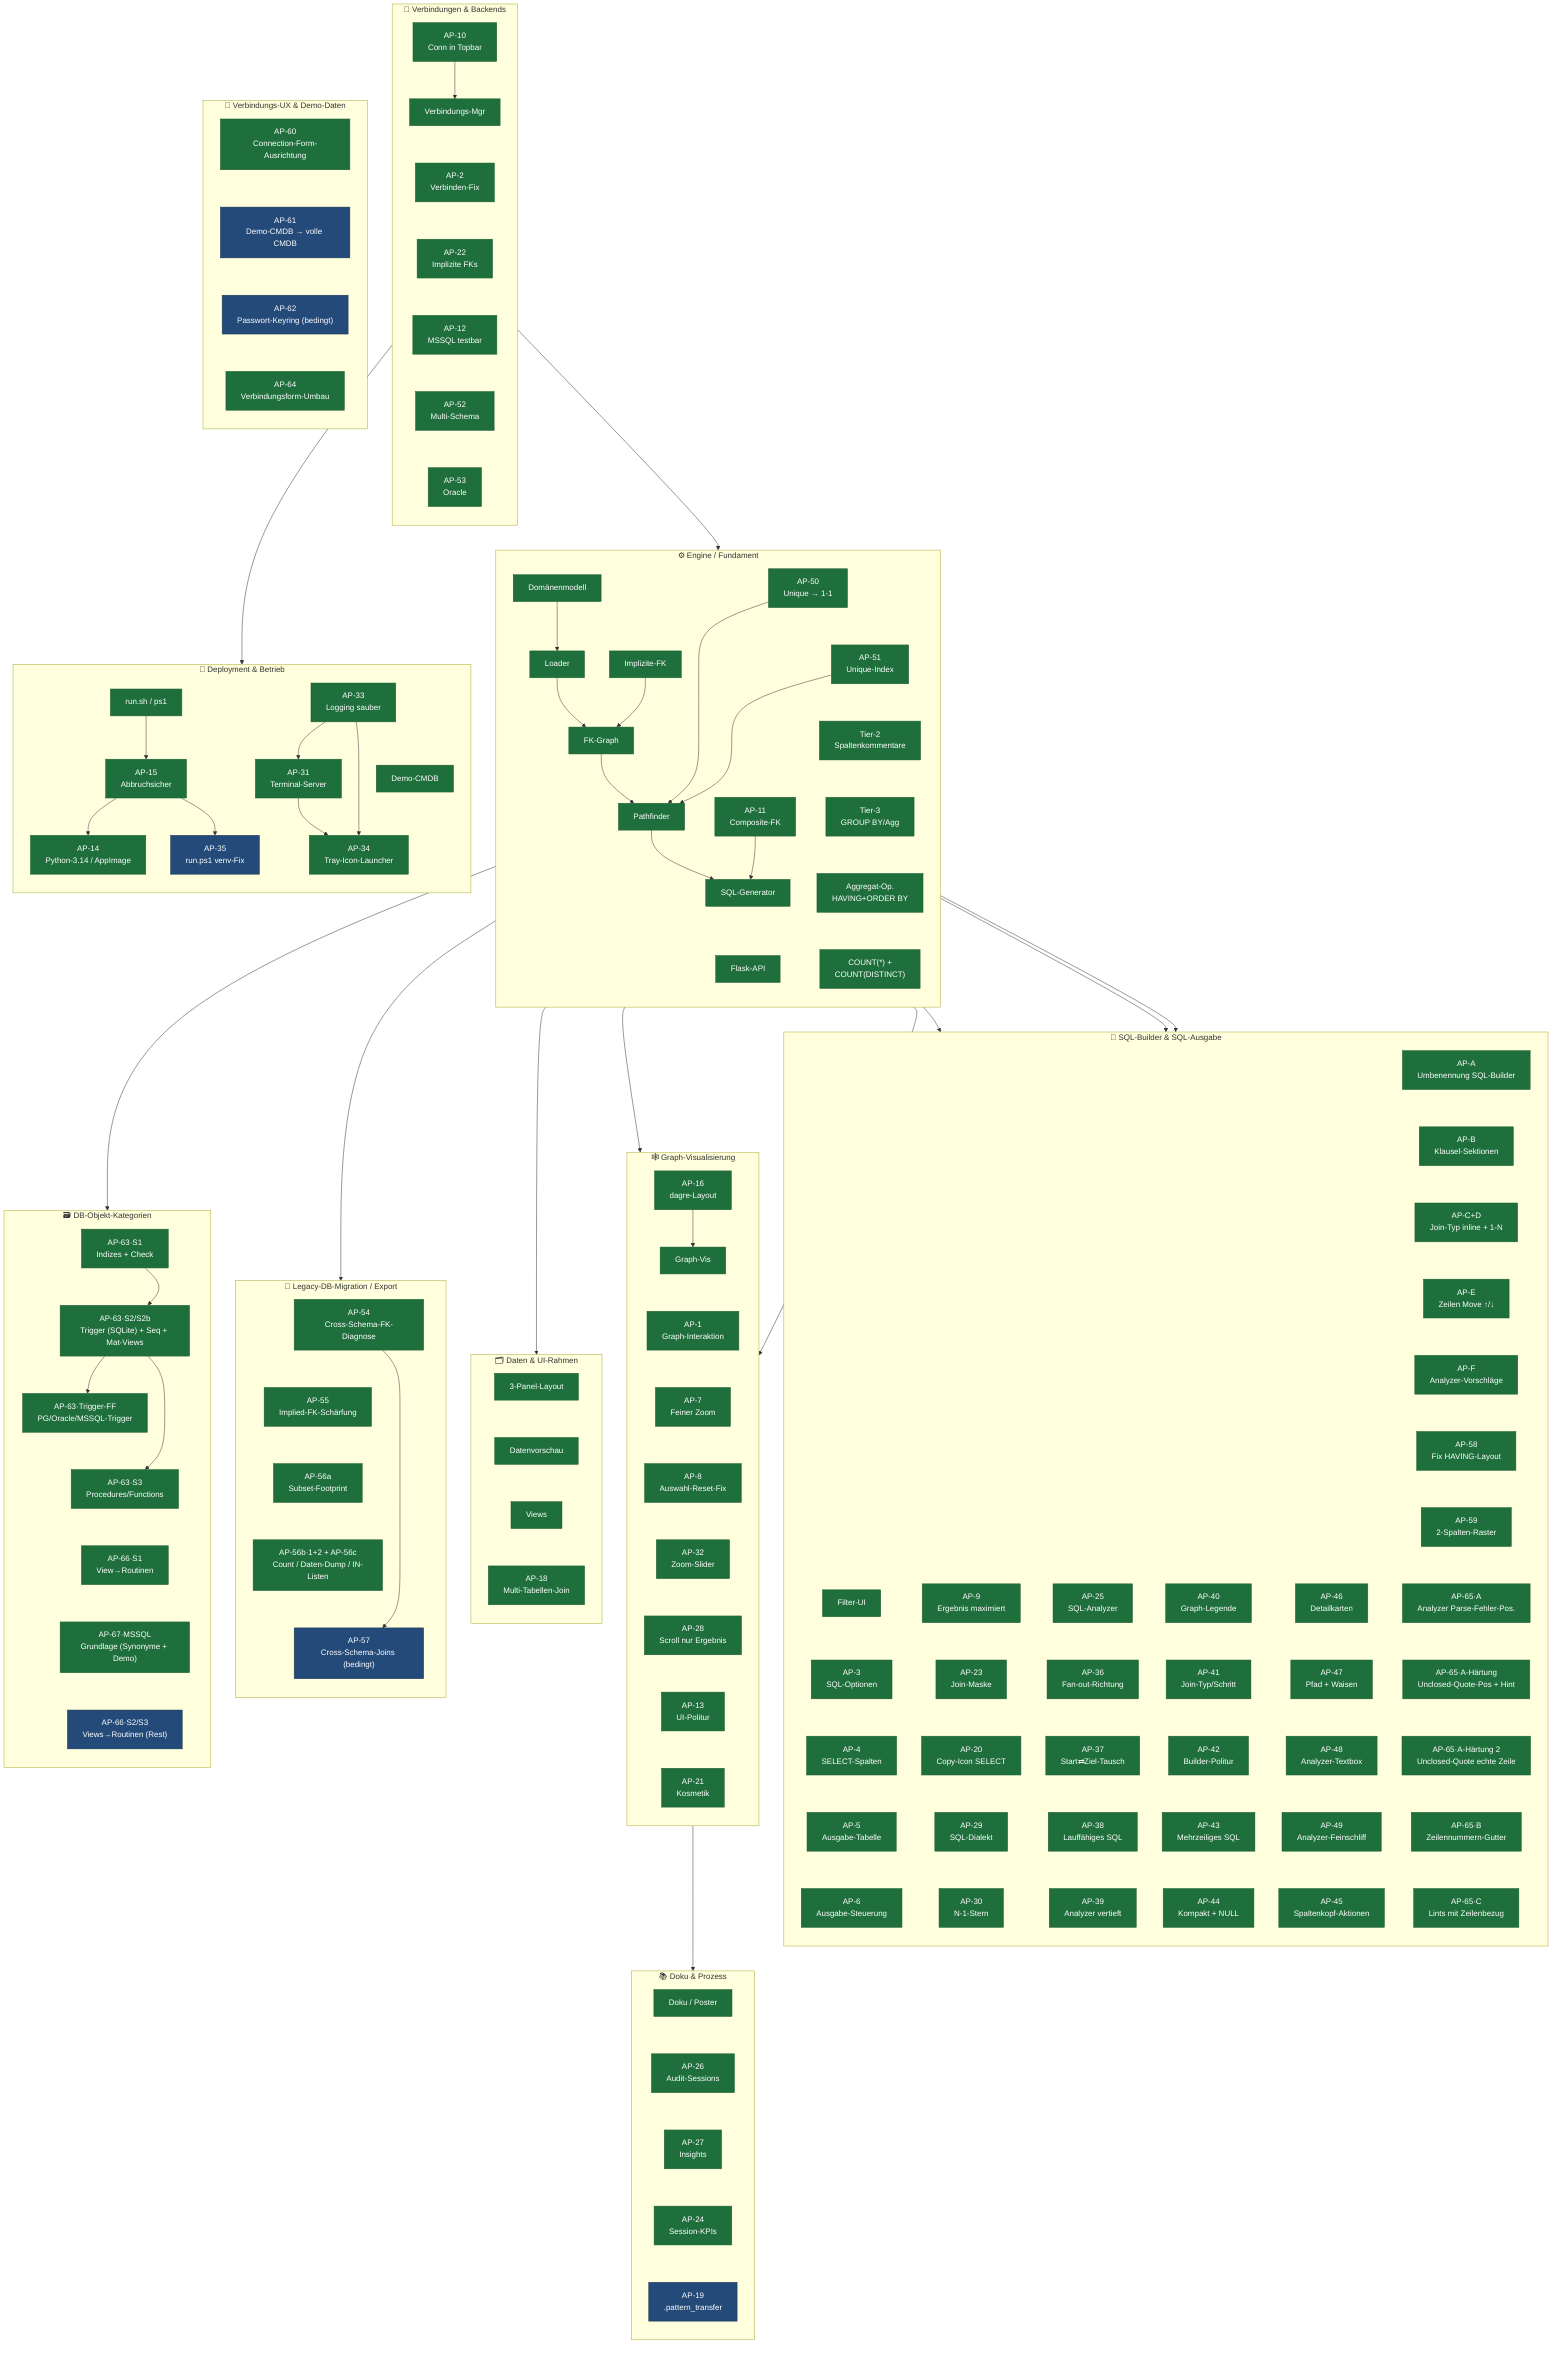
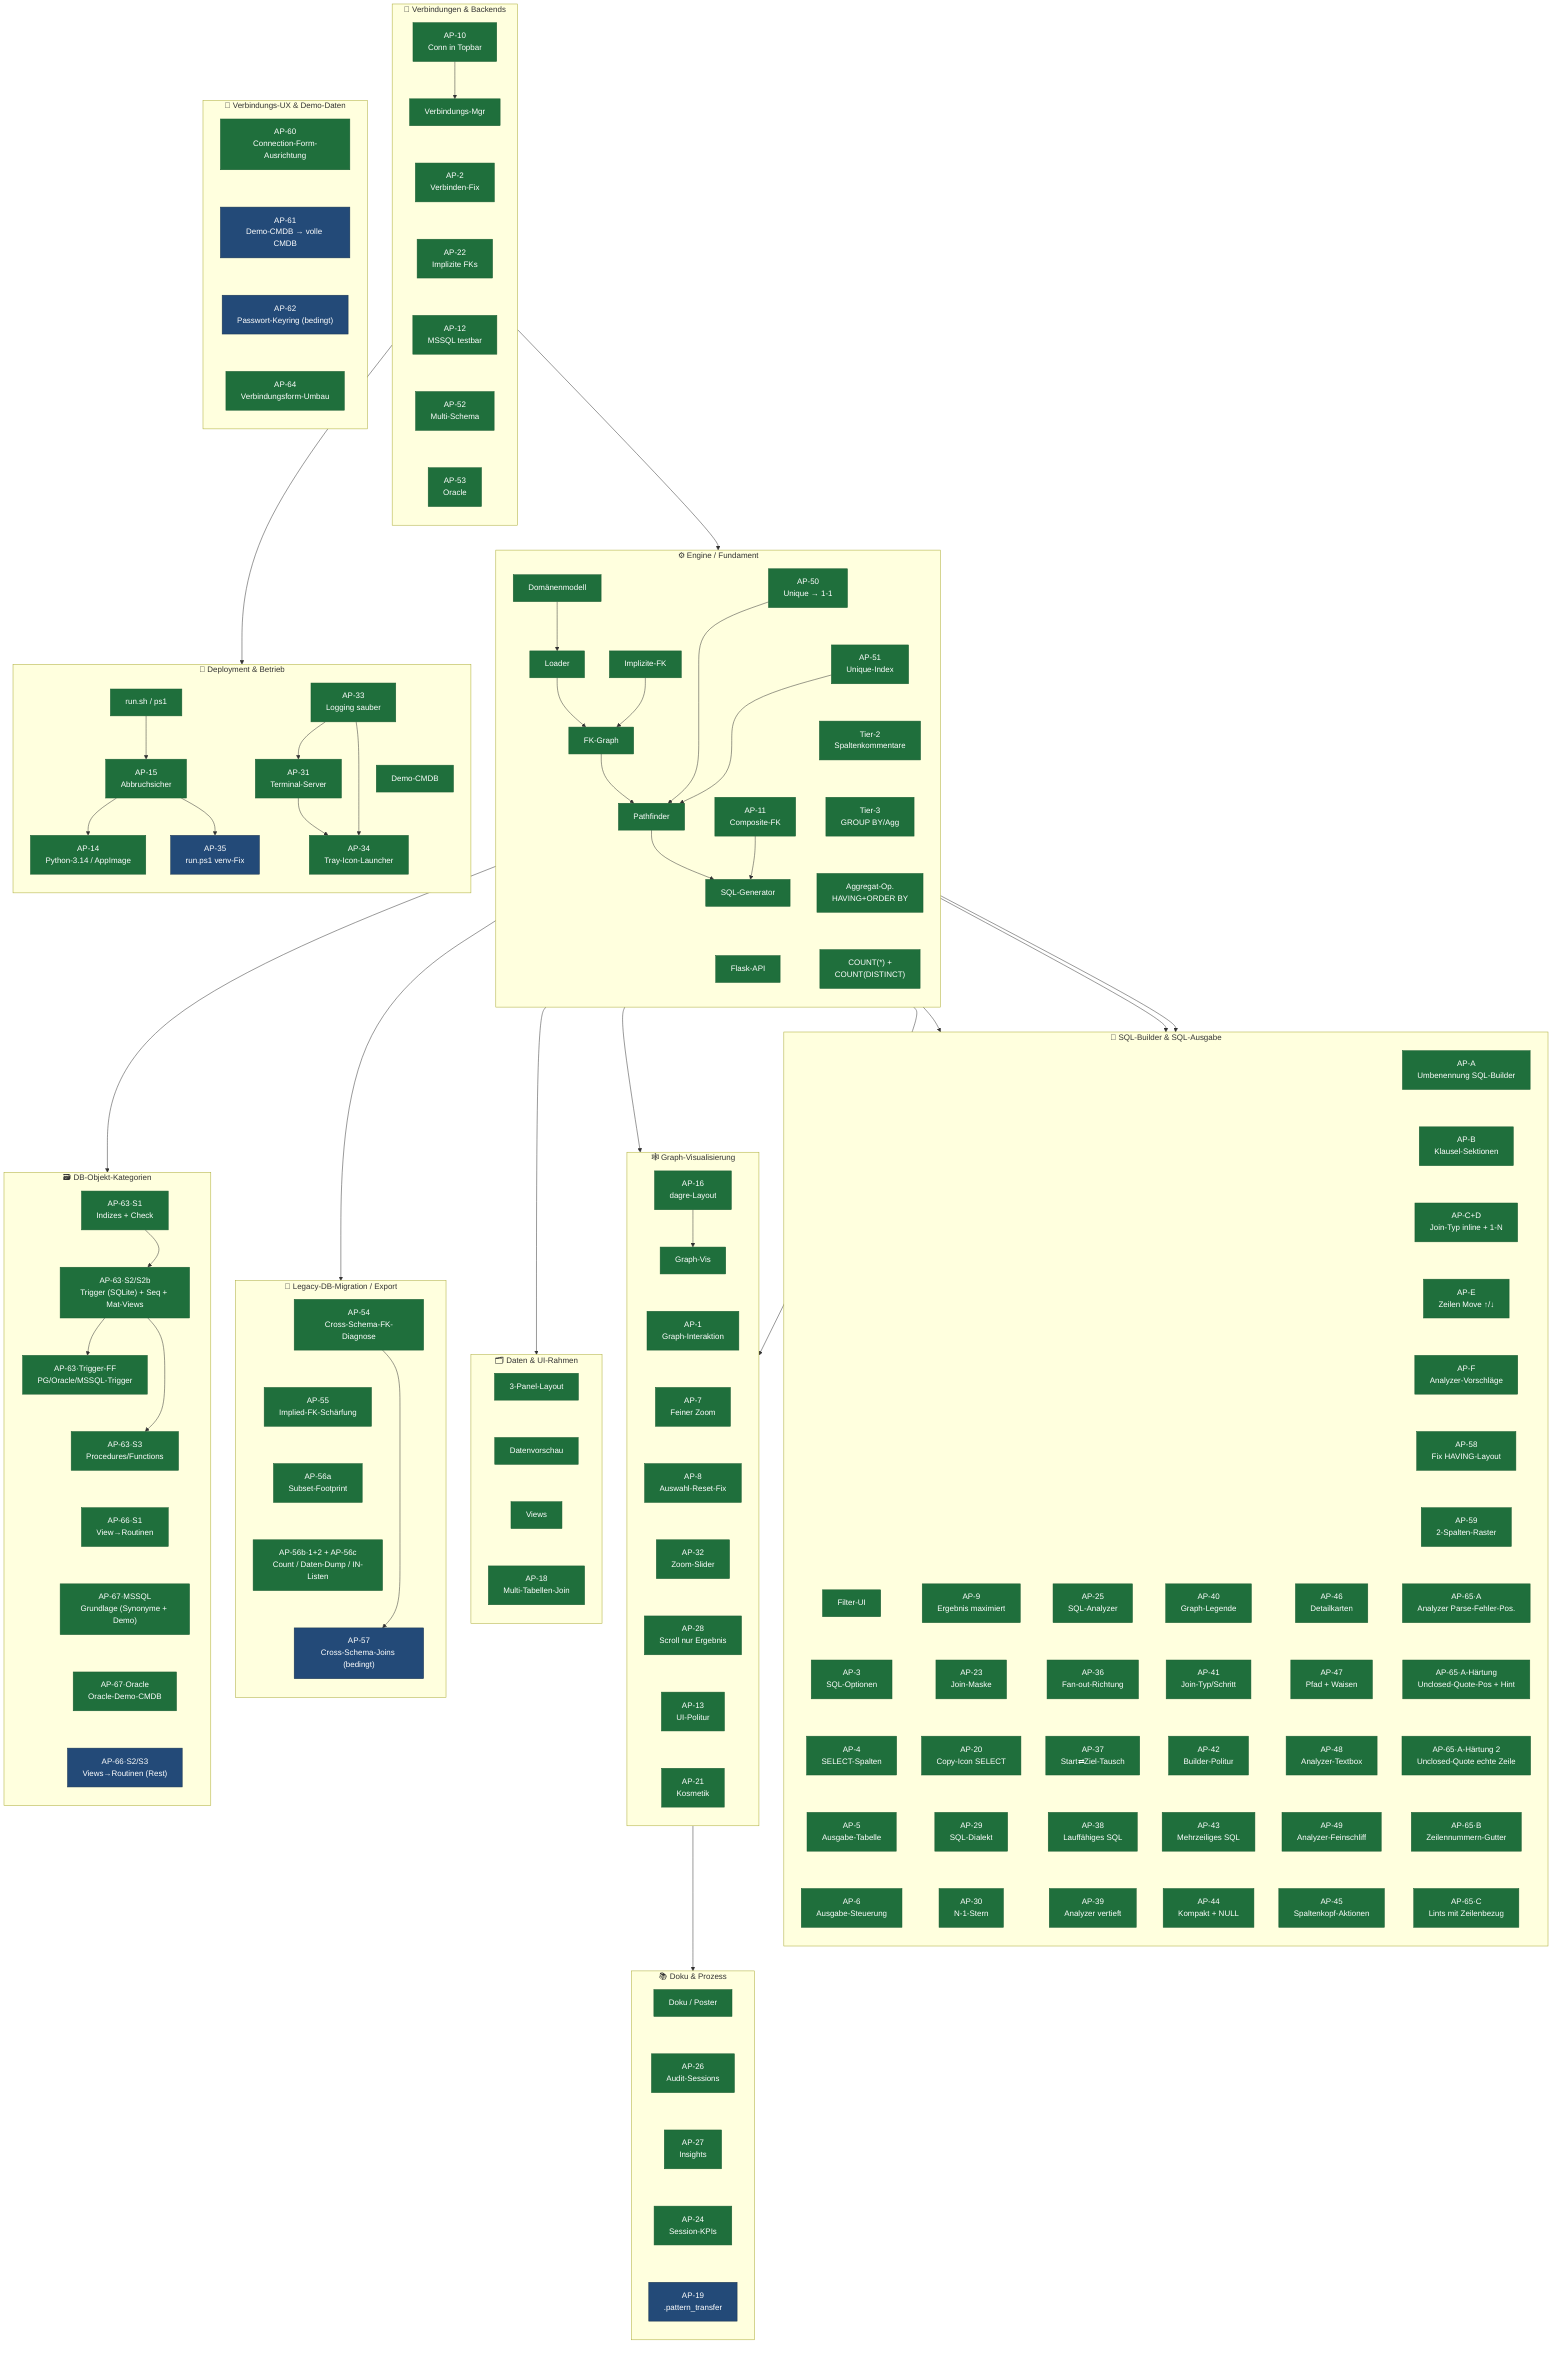
flowchart TB
    classDef done fill:#1f6f3c,color:#fff,stroke:#1a5c32,stroke-width:1px
    classDef plan fill:#234a78,color:#fff,stroke:#16314f,stroke-width:1px

    %% ── C1 · Engine / Fundament ──────────────────────────────────────────
    subgraph C1["⚙️  Engine / Fundament"]
        direction TB
        E1["Domänenmodell"]
        E2["Loader"]
        E3["FK-Graph"]
        E4["Pathfinder"]
        E5["SQL-Generator"]
        E6["Flask-API"]
        E7["AP-11\nComposite-FK"]
        E8["Implizite-FK"]
        E9["AP-50\nUnique → 1-1"]
        E10["AP-51\nUnique-Index"]
        E11["Tier-2\nSpaltenkommentare"]
        E12["Tier-3\nGROUP BY/Agg"]
        E13["Aggregat-Op.\nHAVING+ORDER BY"]
        E14["COUNT(*) +\nCOUNT(DISTINCT)"]
        E1 --> E2 --> E3 --> E4 --> E5
        E7 --> E5
        E8 --> E3
        E9 --> E4
        E10 --> E4
        E5 ~~~ E6
        E9 ~~~ E10
        E10 ~~~ E11
        E11 ~~~ E12
        E12 ~~~ E13
        E13 ~~~ E14
    end

    %% ── C2 · Verbindungen & Backends ─────────────────────────────────────
    subgraph C2["🔌  Verbindungen & Backends"]
        direction TB
        V1["Verbindungs-Mgr"]
        V2["AP-2\nVerbinden-Fix"]
        V3["AP-10\nConn in Topbar"]
        V4["AP-12\nMSSQL testbar"]
        V5["AP-22\nImplizite FKs"]
        V6["AP-52\nMulti-Schema"]
        V7["AP-53\nOracle"]
        V3 --> V1
        V1 ~~~ V2 ~~~ V5 ~~~ V4 ~~~ V6 ~~~ V7
    end

    %% ── C3 · SQL-Builder & SQL-Ausgabe ──────────────────────────────────
    subgraph C3["🧩  SQL-Builder & SQL-Ausgabe"]
        direction TB
        J1["Filter-UI"]
        J2["AP-3\nSQL-Optionen"]
        J3["AP-4\nSELECT-Spalten"]
        J4["AP-5\nAusgabe-Tabelle"]
        J5["AP-6\nAusgabe-Steuerung"]
        J6["AP-9\nErgebnis maximiert"]
        J7["AP-23\nJoin-Maske"]
        J8["AP-20\nCopy-Icon SELECT"]
        J9["AP-29\nSQL-Dialekt"]
        J10["AP-30\nN-1-Stern"]
        J11["AP-25\nSQL-Analyzer"]
        J12["AP-36\nFan-out-Richtung"]
        J13["AP-37\nStart⇄Ziel-Tausch"]
        J14["AP-38\nLauffähiges SQL"]
        J15["AP-39\nAnalyzer vertieft"]
        J16["AP-40\nGraph-Legende"]
        J17["AP-41\nJoin-Typ/Schritt"]
        J18["AP-42\nBuilder-Politur"]
        J19["AP-43\nMehrzeiliges SQL"]
        J20["AP-44\nKompakt + NULL"]
        J21["AP-46\nDetailkarten"]
        J22["AP-47\nPfad + Waisen"]
        J23["AP-48\nAnalyzer-Textbox"]
        J24["AP-49\nAnalyzer-Feinschliff"]
        J25["AP-45\nSpaltenkopf-Aktionen"]
        J26["AP-A\nUmbenennung SQL-Builder"]
        J27["AP-B\nKlausel-Sektionen"]
        J28["AP-C+D\nJoin-Typ inline + 1-N"]
        J29["AP-E\nZeilen Move ↑/↓"]
        J30["AP-F\nAnalyzer-Vorschläge"]
        J31["AP-58\nFix HAVING-Layout"]
        J32["AP-59\n2-Spalten-Raster"]
        J33["AP-65·A\nAnalyzer Parse-Fehler-Pos."]
        J35["AP-65·A-Härtung\nUnclosed-Quote-Pos + Hint"]
        J36["AP-65·A-Härtung 2\nUnclosed-Quote echte Zeile"]
        J37["AP-65·B\nZeilennummern-Gutter"]
        J34["AP-65·C\nLints mit Zeilenbezug"]
        %% In 5 parallele Spalten gepackt (statt einer 25-Boxen-Säule) → kompaktes Gitter
        J1 ~~~ J2 ~~~ J3 ~~~ J4 ~~~ J5
        J6 ~~~ J7 ~~~ J8 ~~~ J9 ~~~ J10
        J11 ~~~ J12 ~~~ J13 ~~~ J14 ~~~ J15
        J16 ~~~ J17 ~~~ J18 ~~~ J19 ~~~ J20
        J21 ~~~ J22 ~~~ J23 ~~~ J24 ~~~ J25
        J26 ~~~ J27 ~~~ J28 ~~~ J29 ~~~ J30 ~~~ J31 ~~~ J32 ~~~ J33 ~~~ J35 ~~~ J36 ~~~ J37 ~~~ J34
    end

    %% ── C4 · Graph-Visualisierung ────────────────────────────────────────
    subgraph C4["🕸️  Graph-Visualisierung"]
        direction TB
        G1["Graph-Vis"]
        G2["AP-1\nGraph-Interaktion"]
        G3["AP-7\nFeiner Zoom"]
        G4["AP-8\nAuswahl-Reset-Fix"]
        G5["AP-16\ndagre-Layout"]
        G6["AP-32\nZoom-Slider"]
        G7["AP-28\nScroll nur Ergebnis"]
        G8["AP-13\nUI-Politur"]
        G9["AP-21\nKosmetik"]
        G5 --> G1
        G1 ~~~ G2 ~~~ G3 ~~~ G4 ~~~ G6 ~~~ G7 ~~~ G8 ~~~ G9
    end

    %% ── C5 · Daten & UI-Rahmen ───────────────────────────────────────────
    subgraph C5["🗂️  Daten & UI-Rahmen"]
        direction TB
        D1["3-Panel-Layout"]
        D2["Datenvorschau"]
        D3["Views"]
        D4["AP-18\nMulti-Tabellen-Join"]
        D1 ~~~ D2 ~~~ D3 ~~~ D4
    end

    %% ── C6 · Deployment & Betrieb ────────────────────────────────────────
    subgraph C6["🚀  Deployment & Betrieb"]
        direction TB
        B1["Demo-CMDB"]
        B2["run.sh / ps1"]
        B3["AP-15\nAbbruchsicher"]
        B4["AP-14\nPython-3.14 / AppImage"]
        B5["AP-35\nrun.ps1 venv-Fix"]
        B7["AP-31\nTerminal-Server"]
        B8["AP-33\nLogging sauber"]
        B9["AP-34\nTray-Icon-Launcher"]
        B2 --> B3
        B3 --> B4
        B3 --> B5
        B8 --> B7
        B7 --> B9
        B8 --> B9
        B1 ~~~ B9
    end

    %% ── C7 · Doku & Prozess ──────────────────────────────────────────────
    subgraph C7["📚  Doku & Prozess"]
        direction TB
        K1["Doku / Poster"]
        K2["AP-26\nAudit-Sessions"]
        K3["AP-27\nInsights"]
        K5["AP-24\nSession-KPIs"]
        K4["AP-19\n.pattern_transfer"]
        K1 ~~~ K2 ~~~ K3 ~~~ K5 ~~~ K4
    end

    %% ── C8 · Legacy-DB-Migration / Export (geplant) ──────────────────────
    subgraph C8["🧬  Legacy-DB-Migration / Export"]
        direction TB
        M1["AP-54\nCross-Schema-FK-Diagnose"]
        M2["AP-55\nImplied-FK-Schärfung"]
        M3["AP-56a\nSubset-Footprint"]
        M3b["AP-56b·1+2 + AP-56c\nCount / Daten-Dump / IN-Listen"]
        M4["AP-57\nCross-Schema-Joins (bedingt)"]
        M1 ~~~ M2 ~~~ M3 ~~~ M3b ~~~ M4
    end

    %% ── C9 · DB-Objekt-Kategorien (geplant) ──────────────────────────────
    subgraph C9["🗃️  DB-Objekt-Kategorien"]
        direction TB
        O1["AP-63·S1\nIndizes + Check"]
        O2["AP-63·S2/S2b\nTrigger (SQLite) + Seq + Mat-Views"]
        O2b["AP-63·Trigger-FF\nPG/Oracle/MSSQL-Trigger"]
        O3["AP-63·S3\nProcedures/Functions"]
        O4["AP-66·S1\nView→Routinen"]
        O5["AP-67·MSSQL\nGrundlage (Synonyme + Demo)"]
+         O6["AP-67·Oracle\nOracle-Demo-CMDB"]
        O4b["AP-66·S2/S3\nViews→Routinen (Rest)"]
-         O1 ~~~ O2 ~~~ O2b ~~~ O3 ~~~ O4 ~~~ O5 ~~~ O4b
+         O1 ~~~ O2 ~~~ O2b ~~~ O3 ~~~ O4 ~~~ O5 ~~~ O6 ~~~ O4b
    end

    %% ── C10 · Verbindungs-UX & Demo-Daten (geplant) ──────────────────────
    subgraph C10["🔧  Verbindungs-UX & Demo-Daten"]
        direction TB
        P1["AP-60\nConnection-Form-Ausrichtung"]
        P2["AP-61\nDemo-CMDB → volle CMDB"]
        P3["AP-62\nPasswort-Keyring (bedingt)"]
        P4["AP-64\nVerbindungsform-Umbau"]
        P1 ~~~ P2 ~~~ P3 ~~~ P4
    end

    %% ── Cluster-übergreifende Abhängigkeiten ─────────────────────────────
    V1 --> E2
    M1 --> M4
    E2 --> M1
    E2 --> O1
    O1 --> O2 --> O2b
    O2 --> O3
    E5 --> J1
    E5 --> J9
    E5 --> J11
    E4 --> G2
    E3 --> G1
    E6 --> D1
    V4 --> B7
    G5 --> K2

    class E1,E2,E3,E4,E5,E6,E7,E8,E9,E10,E11,E12,E13,E14 done
    class V1,V2,V3,V4,V5,V6,V7 done
    class J1,J2,J3,J4,J5,J6,J7,J8,J9,J10,J11,J12,J13,J14,J15,J16,J17,J18,J19,J20,J21,J22,J23,J24,J25,J26,J27,J28,J29,J30,J31,J32,J33,J35,J36,J37,J34 done
    class G1,G2,G3,G4,G5,G6,G7,G8,G9 done
    class D1,D2,D3,D4 done
    class B1,B2,B3,B4,B7,B8,B9 done
    class B5 plan
    class K1,K2,K3,K5 done
    class K4 plan
    class M3,M3b done
    class M4 plan
    class M2 done
    class M1 done
-     class O1,O2,O2b,O3,O4,O5 done
+     class O1,O2,O2b,O3,O4,O5,O6 done
    class O4b plan
    class P2,P3 plan
    class P1,P4 done
